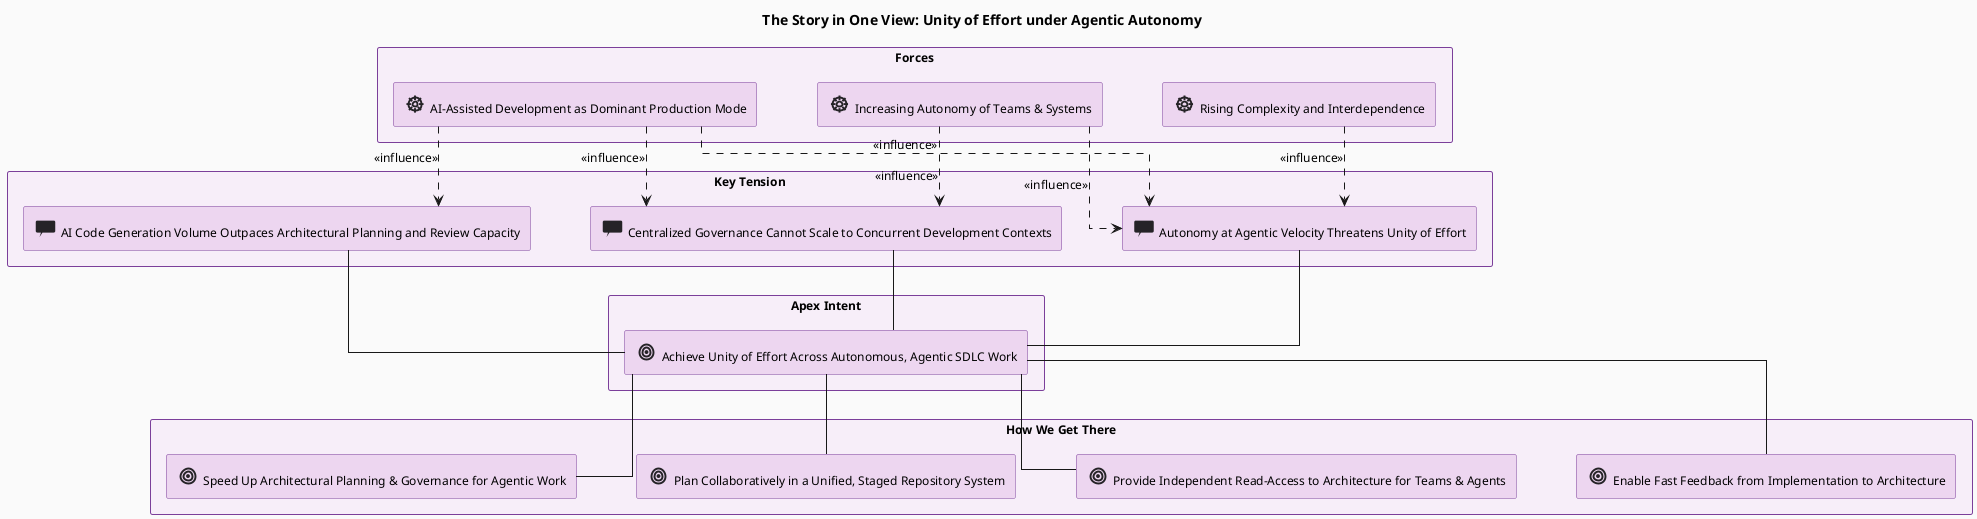
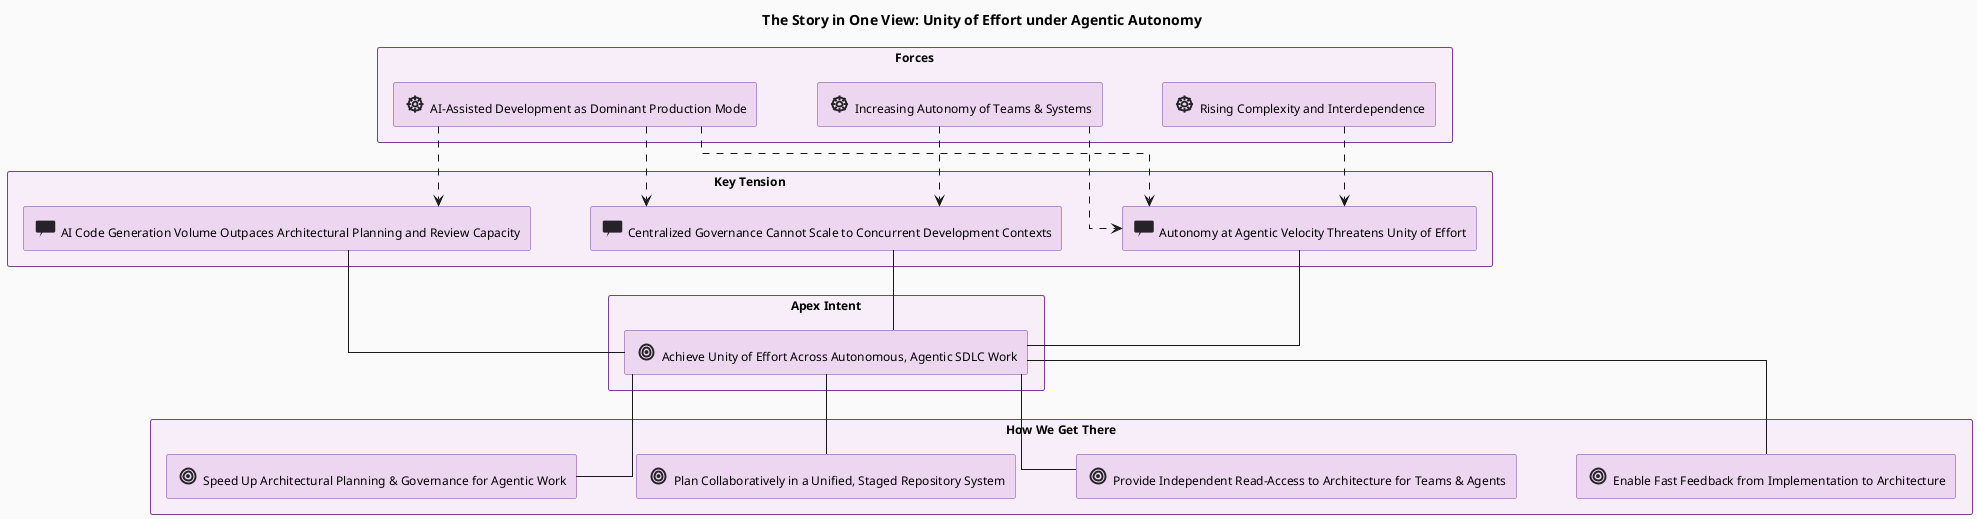
---
artifact-id: ARC@1780220700.Un4jQZ.the-story-in-one-view
artifact-type: diagram
name: "The Story in One View \u2014 Unity of Effort under Agentic Autonomy"
version: 0.1.0
status: draft
keywords:
- motivation
- drivers
- assessments
- goals
- unity-of-effort
- executive
- story
diagram-type: archimate-motivation
entity-ids-used:
- ASS@1780220699.CK90bp.autonomy-at-agentic-velocity-threatens-unity-of-effort
- ASS@1776628134.EI3FpR.ai-code-generation-volume-outpaces-sequential-architectural-review-capacity
- ASS@1776628138.a6vxyj.centralized-governance-cannot-scale-to-concurrent-development-contexts
- DRV@1776628131.GR9prv.ai-assisted-development-as-dominant-production-mode
- DRV@1712870400.Rt6Yu2.increasing-demand-for-more-autonomy-of-teams-systems
- DRV@1712870400.Ui5Op3.rising-software-complexity-interdependence
- GOL@1712870400.5Fk9di.speed-up-architectural-planning-governance-for-agentic-work
- GOL@1780220699.FCfDuc.achieve-unity-of-effort-across-autonomous-agentic-sdlc-work
- GOL@1712870400.Gh3Jk1.provide-independent-read-access-to-architecture-for-teams-agents
- GOL@1712870400.Lm2Bn2.plan-collaboratively-in-a-unified-staged-repository-system
- GOL@1780220699.Xwvgpb.enable-fast-feedback-from-implementation-to-architecture
connection-ids-used:
- DRV@1776628131.GR9prv.ai-assisted-development-as-dominant-production-mode---ASS@1780220699.CK90bp.autonomy-at-agentic-velocity-threatens-unity-of-effort@@archimate-influence
- DRV@1712870400.Rt6Yu2.increasing-demand-for-more-autonomy-of-teams-systems---ASS@1780220699.CK90bp.autonomy-at-agentic-velocity-threatens-unity-of-effort@@archimate-influence
- DRV@1712870400.Ui5Op3.rising-software-complexity-interdependence---ASS@1780220699.CK90bp.autonomy-at-agentic-velocity-threatens-unity-of-effort@@archimate-influence
- DRV@1776628131.GR9prv.ai-assisted-development-as-dominant-production-mode---ASS@1776628134.EI3FpR.ai-code-generation-volume-outpaces-sequential-architectural-review-capacity@@archimate-influence
- DRV@1776628131.GR9prv.ai-assisted-development-as-dominant-production-mode---ASS@1776628138.a6vxyj.centralized-governance-cannot-scale-to-concurrent-development-contexts@@archimate-influence
- DRV@1712870400.Rt6Yu2.increasing-demand-for-more-autonomy-of-teams-systems---ASS@1776628138.a6vxyj.centralized-governance-cannot-scale-to-concurrent-development-contexts@@archimate-influence
- last-updated: '2026-05-31'
+ last-updated: '2026-06-01'
---
@startuml ARC@1780220700.Un4jQZ.the-story-in-one-view
+ hide stereotype
+ 
+ skinparam defaultFontName "Helvetica Neue, Helvetica, Arial, sans-serif"
+ skinparam defaultFontSize 12
+ skinparam shadowing false
+ skinparam roundcorner 4
+ skinparam backgroundColor #FAFAFA
+ 
+ skinparam linetype ortho
+ skinparam nodesep 60
+ skinparam ranksep 80
+ skinparam rectangle<<MotivationGrouping>> {
+   BackgroundColor #F7EEF9
+   BorderColor #7B3F9A
+ }
+ skinparam rectangle<<assessment>> {
+   BackgroundColor #EDD6F0
+   BorderColor #7B3F9A
+ }
+ skinparam rectangle<<driver>> {
+   BackgroundColor #EDD6F0
+   BorderColor #7B3F9A
+ }
+ skinparam rectangle<<goal>> {
+   BackgroundColor #EDD6F0
+   BorderColor #7B3F9A
+ }
hide stereotype

skinparam defaultFontName "Helvetica Neue, Helvetica, Arial, sans-serif"
skinparam defaultFontSize 12
skinparam shadowing false
skinparam roundcorner 4
skinparam backgroundColor #FAFAFA

skinparam linetype ortho
skinparam nodesep 60
skinparam ranksep 80
skinparam rectangle<<MotivationGrouping>> {
  BackgroundColor #F7EEF9
  BorderColor #7B3F9A
}
skinparam rectangle<<assessment>> {
  BackgroundColor #EDD6F0
  BorderColor #7B3F9A
}
skinparam rectangle<<driver>> {
  BackgroundColor #EDD6F0
  BorderColor #7B3F9A
}
skinparam rectangle<<goal>> {
  BackgroundColor #EDD6F0
  BorderColor #7B3F9A
}
sprite $archimate_assessment <svg xmlns="http://www.w3.org/2000/svg" viewBox="0 0 16 16"><path d="M2.5 3h11a1 1 0 0 1 1 1v6a1 1 0 0 1-1 1H6l-2 3 1-3H2.5a1 1 0 0 1-1-1V4a1 1 0 0 1 1-1z"  fill="#252327" stroke="none"/></svg>
sprite $archimate_driver <svg xmlns="http://www.w3.org/2000/svg" viewBox="0 0 16 16"><circle cx="8" cy="8" r="4.6"  fill="none" stroke="#252327" stroke-width="1.3"/><circle cx="8" cy="8" r="1.7"  fill="none" stroke="#252327" stroke-width="1.3"/><path d="M7.35 2.30v3.00h1.30V2.30z" fill="#252327"/><path d="M7.35 10.70v3.00h1.30V10.70z" fill="#252327"/><path d="M2.30 7.35h3.00v1.30H2.30z" fill="#252327"/><path d="M10.70 7.35h3.00v1.30H10.70z" fill="#252327"/><path d="M3.54 4.46L4.46 3.54L6.56 5.64L5.64 6.56z" fill="#252327"/><path d="M9.44 10.36L10.36 9.44L12.46 11.54L11.54 12.46z" fill="#252327"/><path d="M11.54 3.54L12.46 4.46L10.36 6.56L9.44 5.64z" fill="#252327"/><path d="M5.64 9.44L6.56 10.36L4.46 12.46L3.54 11.54z" fill="#252327"/></svg>
sprite $archimate_goal <svg xmlns="http://www.w3.org/2000/svg" viewBox="0 0 16 16"><circle cx="8" cy="8" r="4.8"  fill="none" stroke="#252327" stroke-width="1.3"/><circle cx="8" cy="8" r="2.9"  fill="none" stroke="#252327" stroke-width="1.3"/><circle cx="8" cy="8" r="1.3" fill="#252327" stroke="none"  stroke-width="1.3"/></svg>
top to bottom direction

title The Story in One View: Unity of Effort under Agentic Autonomy

rectangle "Forces" <<MotivationGrouping>> {
  rectangle "<$archimate_driver{scale=1.5}> AI-Assisted Development as Dominant Production Mode" <<driver>> as DRV_GR9prv
  rectangle "<$archimate_driver{scale=1.5}> Increasing Autonomy of Teams & Systems" <<driver>> as DRV_Rt6Yu2
  rectangle "<$archimate_driver{scale=1.5}> Rising Complexity and Interdependence" <<driver>> as DRV_Ui5Op3
}
DRV_GR9prv -[hidden]right- DRV_Rt6Yu2
DRV_Rt6Yu2 -[hidden]right- DRV_Ui5Op3

rectangle "Key Tension" <<MotivationGrouping>> {
  rectangle "<$archimate_assessment{scale=1.5}> Autonomy at Agentic Velocity Threatens Unity of Effort" <<assessment>> as ASS_CK90bp
  rectangle "<$archimate_assessment{scale=1.5}> AI Code Generation Volume Outpaces Architectural Planning and Review Capacity" <<assessment>> as ASS_EI3FpR
  rectangle "<$archimate_assessment{scale=1.5}> Centralized Governance Cannot Scale to Concurrent Development Contexts" <<assessment>> as ASS_a6vxyj
}
ASS_CK90bp -[hidden]right- ASS_EI3FpR
ASS_EI3FpR -[hidden]right- ASS_a6vxyj

rectangle "Apex Intent" <<MotivationGrouping>> {
  rectangle "<$archimate_goal{scale=1.5}> Achieve Unity of Effort Across Autonomous, Agentic SDLC Work" <<goal>> as GOL_FCfDuc
}

rectangle "How We Get There" <<MotivationGrouping>> {
  rectangle "<$archimate_goal{scale=1.5}> Speed Up Architectural Planning & Governance for Agentic Work" <<goal>> as GOL_5Fk9di
  rectangle "<$archimate_goal{scale=1.5}> Plan Collaboratively in a Unified, Staged Repository System" <<goal>> as GOL_Lm2Bn2
  rectangle "<$archimate_goal{scale=1.5}> Provide Independent Read-Access to Architecture for Teams & Agents" <<goal>> as GOL_Gh3Jk1
  rectangle "<$archimate_goal{scale=1.5}> Enable Fast Feedback from Implementation to Architecture" <<goal>> as GOL_Xwvgpb
}
GOL_5Fk9di -[hidden]right- GOL_Lm2Bn2
GOL_Lm2Bn2 -[hidden]right- GOL_Gh3Jk1
GOL_Gh3Jk1 -[hidden]right- GOL_Xwvgpb

DRV_Ui5Op3 -[hidden]down- ASS_CK90bp
ASS_a6vxyj -[hidden]down- GOL_FCfDuc
GOL_FCfDuc -[hidden]down- GOL_5Fk9di

- DRV_GR9prv ..> ASS_CK90bp : <<influence>>
- DRV_Rt6Yu2 ..> ASS_CK90bp : <<influence>>
- DRV_Ui5Op3 ..> ASS_CK90bp : <<influence>>
- DRV_GR9prv ..> ASS_EI3FpR : <<influence>>
- DRV_GR9prv ..> ASS_a6vxyj : <<influence>>
- DRV_Rt6Yu2 ..> ASS_a6vxyj : <<influence>>
+ DRV_GR9prv ..> ASS_CK90bp
+ DRV_Rt6Yu2 ..> ASS_CK90bp
+ DRV_Ui5Op3 ..> ASS_CK90bp
+ DRV_GR9prv ..> ASS_EI3FpR
+ DRV_GR9prv ..> ASS_a6vxyj
+ DRV_Rt6Yu2 ..> ASS_a6vxyj

ASS_CK90bp -- GOL_FCfDuc
ASS_EI3FpR -- GOL_FCfDuc
ASS_a6vxyj -- GOL_FCfDuc

GOL_FCfDuc -- GOL_5Fk9di
GOL_FCfDuc -- GOL_Lm2Bn2
GOL_FCfDuc -- GOL_Gh3Jk1
GOL_FCfDuc -- GOL_Xwvgpb

@enduml
